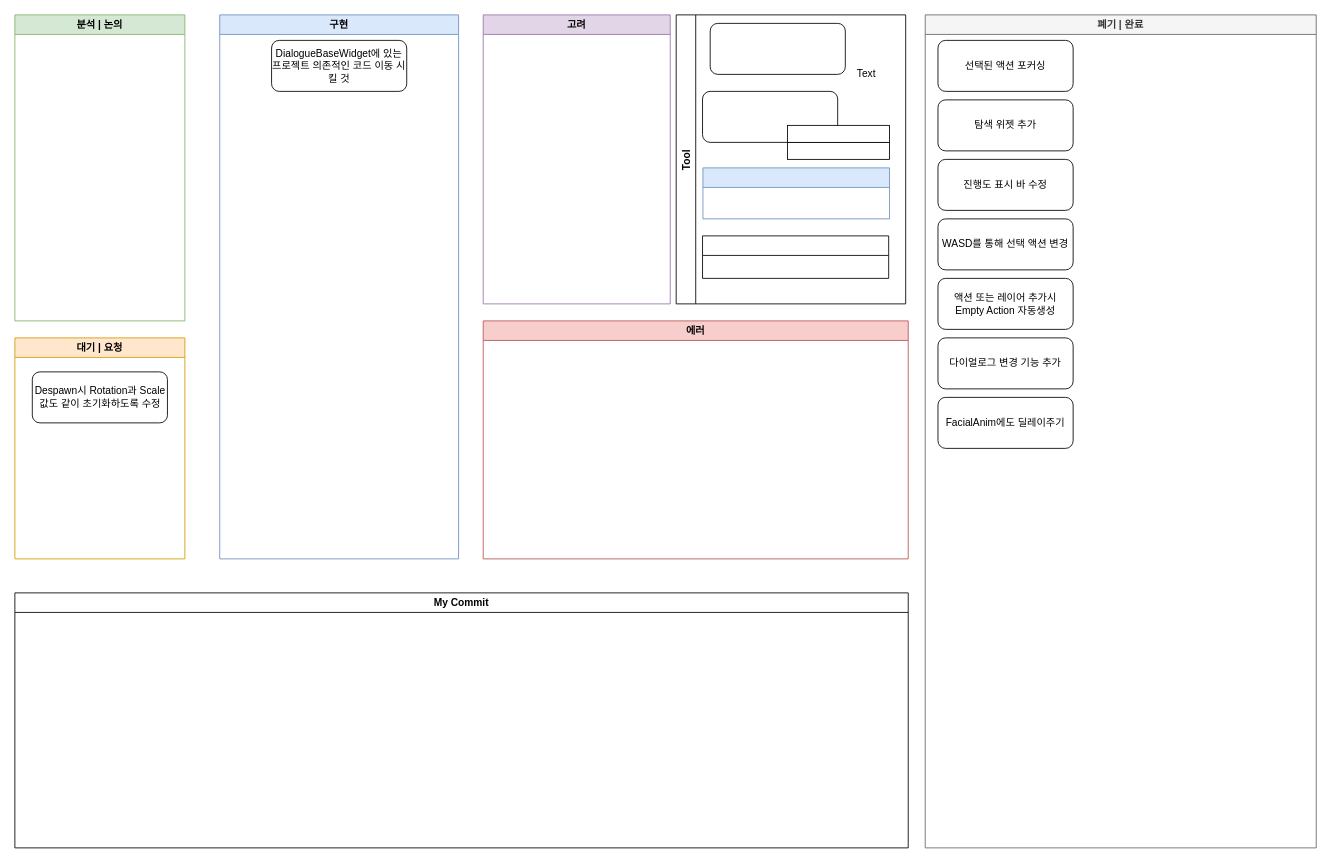
Endorr/Job-Board keeps this draw.io diagram as 다이얼로그 툴 진행상황.drawio. Above is the earlier version. Source tidied: cells renumbered, new cells numbered last; positions are measured from the earlier drawing's top-left corner, leaving out a move shared by most shapes. Both pictures are drawn from the tidied source at 85%, with x=0, y=0 at pixel (14, 14).
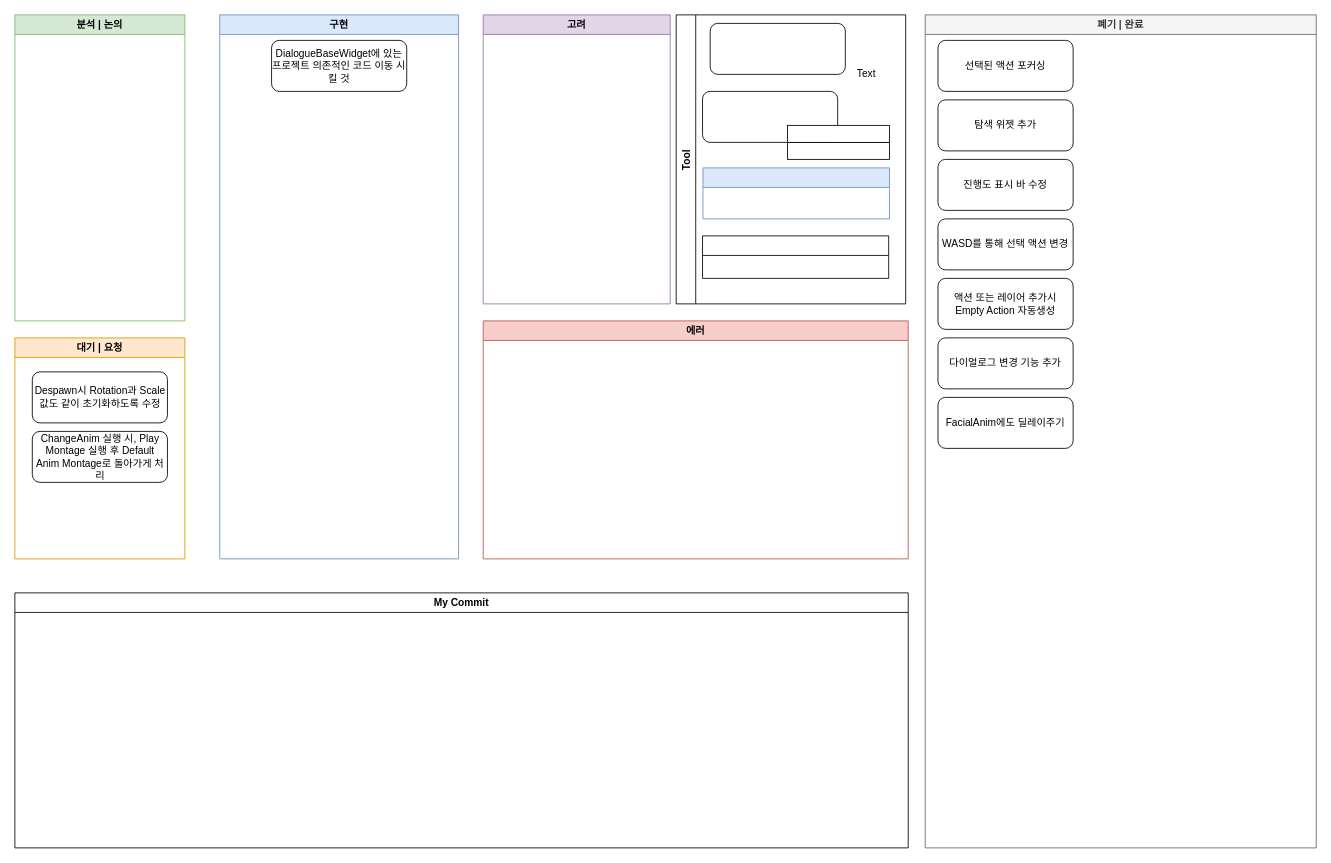
The same diagram, later.

Commit message:
Update 다이얼로그 툴 진행상황.drawio

Unchanged cells that the change refers to:
```xml
<mxCell id="6" value="대기 | 요청" style="swimlane;strokeColor=#d79b00;fillColor=#ffe6cc;" parent="1" vertex="1">
  <mxGeometry y="380" width="200" height="260" as="geometry" />
</mxCell>
```

Diff of the diagram source:
```diff
@@
+    <mxCell id="27" value="&lt;div&gt;ChangeAnim 실행 시, Play Montage 실행 후 Default Anim Montage로 돌아가게 처리&lt;/div&gt;" style="rounded=1;whiteSpace=wrap;html=1;" parent="6" vertex="1">
+      <mxGeometry x="20.5" y="110" width="159" height="60" as="geometry" />
+    </mxCell>
```
